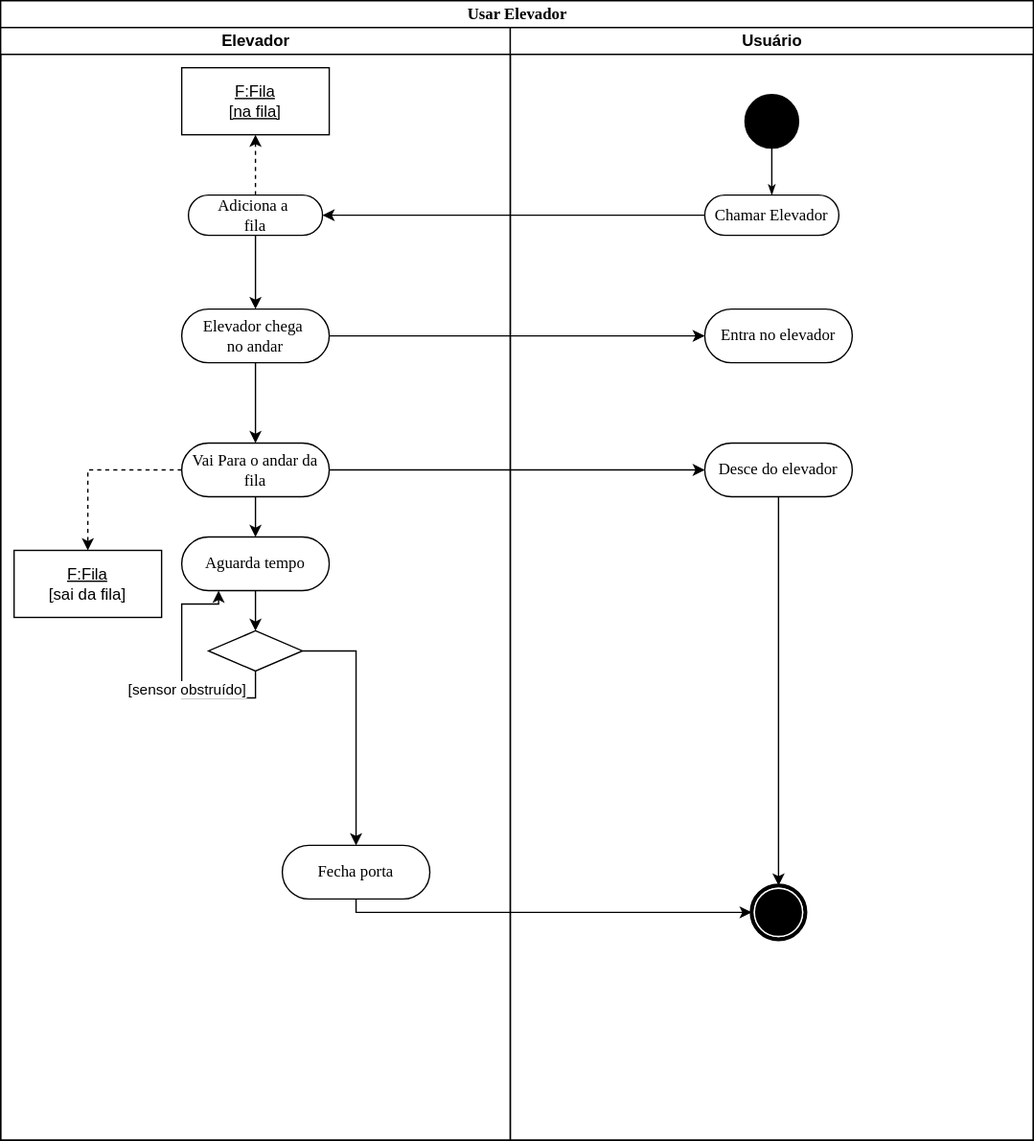
wholocked1/Projeto-2-modelagem keeps this draw.io diagram as Diagrama-Atividades/Usar_Elevador.svg. Above is the earlier version. Source tidied: cells renumbered, new cells last; positions are measured from the earlier drawing's top-left corner, leaving out a move shared by most shapes.
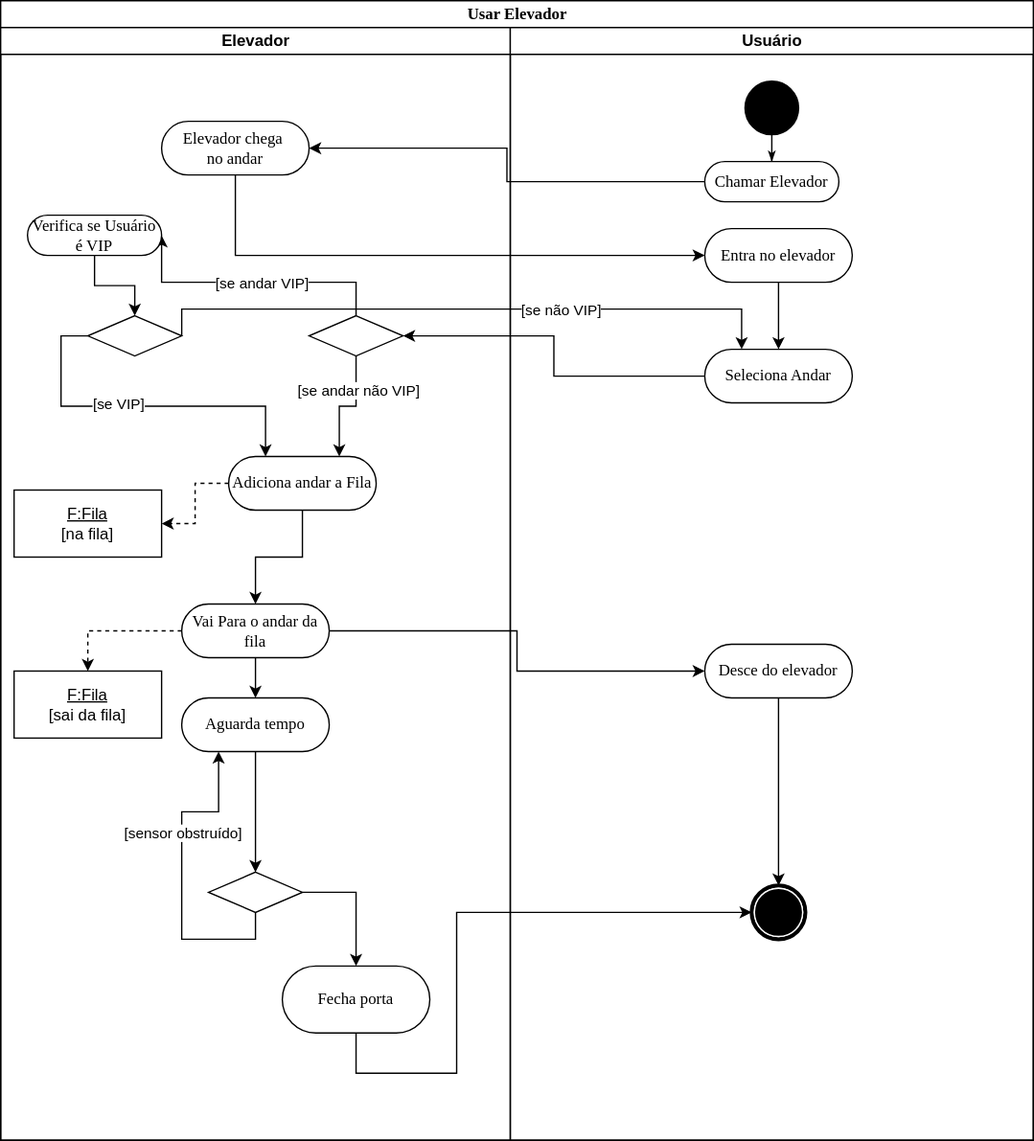
The same file after the commit.

What changed in the source:
```diff
@@ -5,36 +5,23 @@
     <mxCell id="2" value="Usar Elevador" style="swimlane;html=1;startSize=20;rounded=0;shadow=0;comic=0;labelBackgroundColor=none;strokeWidth=1;fontFamily=Verdana;fontSize=12;align=center;" parent="1" vertex="1">
       <mxGeometry width="770" height="850" as="geometry" />
     </mxCell>
-    <mxCell id="3" style="edgeStyle=orthogonalEdgeStyle;rounded=0;jettySize=auto;html=1;exitX=0;exitY=0.5;exitDx=0;exitDy=0;entryX=1;entryY=0.5;entryDx=0;entryDy=0;" parent="2" edge="1" source="29" target="6">
-      <mxGeometry relative="1" as="geometry" />
-    </mxCell>
+    <mxCell id="23" style="edgeStyle=orthogonalEdgeStyle;rounded=0;jettySize=auto;html=1;exitX=0.5;exitY=1;exitDx=0;exitDy=0;entryX=0;entryY=0.5;entryDx=0;entryDy=0;" parent="2" edge="1" source="21" target="28">
+      <mxGeometry relative="1" as="geometry">
+        <Array as="points">
+          <mxPoint x="265" y="800" />
+          <mxPoint x="340" y="800" />
+          <mxPoint x="340" y="680" />
+        </Array>
+      </mxGeometry>
+    </mxCell>
+    <mxCell id="24" style="edgeStyle=orthogonalEdgeStyle;rounded=0;jettySize=auto;html=1;exitX=1;exitY=0.5;exitDx=0;exitDy=0;entryX=0;entryY=0.5;entryDx=0;entryDy=0;" parent="2" edge="1" source="13" target="32">
+      <mxGeometry relative="1" as="geometry" />
+    </mxCell>
     <mxCell id="4" value="Elevador" style="swimlane;html=1;startSize=20;" parent="2" vertex="1">
       <mxGeometry y="20" width="380" height="830" as="geometry" />
     </mxCell>
-    <mxCell id="5" style="edgeStyle=orthogonalEdgeStyle;rounded=0;jettySize=auto;html=1;exitX=0.5;exitY=1;exitDx=0;exitDy=0;entryX=0.5;entryY=0;entryDx=0;entryDy=0;" parent="4" edge="1" source="6" target="10">
-      <mxGeometry relative="1" as="geometry" />
-    </mxCell>
-    <mxCell id="6" value="Adiciona a&amp;nbsp;&lt;div&gt;fila&lt;/div&gt;" style="rounded=1;whiteSpace=wrap;html=1;shadow=0;comic=0;labelBackgroundColor=none;strokeWidth=1;fontFamily=Verdana;fontSize=12;align=center;arcSize=50;" parent="4" vertex="1">
-      <mxGeometry x="140" y="125" width="100" height="30" as="geometry" />
-    </mxCell>
-    <mxCell id="7" value="&lt;u&gt;F:Fila&lt;/u&gt;&lt;div&gt;&lt;u&gt;[na fila]&lt;/u&gt;&lt;/div&gt;" style="whiteSpace=wrap;html=1;" parent="4" vertex="1">
-      <mxGeometry x="135" y="30" width="110" height="50" as="geometry" />
-    </mxCell>
-    <mxCell id="8" style="edgeStyle=orthogonalEdgeStyle;rounded=0;jettySize=auto;html=1;exitX=0.5;exitY=0;exitDx=0;exitDy=0;dashed=1;" parent="4" edge="1" source="6">
-      <mxGeometry relative="1" as="geometry">
-        <mxPoint x="190" y="80" as="targetPoint" />
-        <Array as="points">
-          <mxPoint x="190" y="81" />
-        </Array>
-      </mxGeometry>
-    </mxCell>
-    <mxCell id="9" style="edgeStyle=orthogonalEdgeStyle;rounded=0;jettySize=auto;html=1;exitX=0.5;exitY=1;exitDx=0;exitDy=0;" parent="4" edge="1" source="10">
-      <mxGeometry relative="1" as="geometry">
-        <mxPoint x="190" y="310" as="targetPoint" />
-      </mxGeometry>
-    </mxCell>
     <mxCell id="10" value="Elevador chega&amp;nbsp;&lt;div&gt;no andar&lt;/div&gt;" style="rounded=1;whiteSpace=wrap;html=1;shadow=0;comic=0;labelBackgroundColor=none;strokeWidth=1;fontFamily=Verdana;fontSize=12;align=center;arcSize=50;" parent="4" vertex="1">
-      <mxGeometry x="135" y="210" width="110" height="40" as="geometry" />
+      <mxGeometry x="120" y="70" width="110" height="40" as="geometry" />
     </mxCell>
     <mxCell id="11" style="edgeStyle=orthogonalEdgeStyle;rounded=0;jettySize=auto;html=1;exitX=0;exitY=0.5;exitDx=0;exitDy=0;entryX=0.5;entryY=0;entryDx=0;entryDy=0;dashed=1;" parent="4" edge="1" source="13" target="14">
       <mxGeometry relative="1" as="geometry" />
@@ -43,45 +30,81 @@
       <mxGeometry relative="1" as="geometry" />
     </mxCell>
     <mxCell id="13" value="Vai Para o andar da fila" style="rounded=1;whiteSpace=wrap;html=1;shadow=0;comic=0;labelBackgroundColor=none;strokeWidth=1;fontFamily=Verdana;fontSize=12;align=center;arcSize=50;" parent="4" vertex="1">
-      <mxGeometry x="135" y="310" width="110" height="40" as="geometry" />
+      <mxGeometry x="135" y="430" width="110" height="40" as="geometry" />
     </mxCell>
     <mxCell id="14" value="&lt;u&gt;F:Fila&lt;/u&gt;&lt;div&gt;&lt;u&gt;[&lt;/u&gt;sai da fila&lt;u&gt;]&lt;/u&gt;&lt;/div&gt;" style="whiteSpace=wrap;html=1;" parent="4" vertex="1">
-      <mxGeometry x="10" y="390" width="110" height="50" as="geometry" />
+      <mxGeometry x="10" y="480" width="110" height="50" as="geometry" />
     </mxCell>
     <mxCell id="15" style="edgeStyle=orthogonalEdgeStyle;rounded=0;jettySize=auto;html=1;exitX=0.5;exitY=1;exitDx=0;exitDy=0;entryX=0.25;entryY=1;entryDx=0;entryDy=0;" parent="4" edge="1" source="18" target="20">
       <mxGeometry relative="1" as="geometry" />
     </mxCell>
     <mxCell id="16" value="[sensor obstruído]" style="edgeLabel;html=1;align=center;verticalAlign=middle;" parent="15" vertex="1">
-      <mxGeometry x="-0.1" y="-3" relative="1" as="geometry" />
+      <mxGeometry x="-0.1" y="-3" relative="1" as="geometry">
+        <mxPoint x="-3" y="-45" as="offset" />
+      </mxGeometry>
     </mxCell>
     <mxCell id="17" style="edgeStyle=orthogonalEdgeStyle;rounded=0;jettySize=auto;html=1;exitX=1;exitY=0.5;exitDx=0;exitDy=0;entryX=0.5;entryY=0;entryDx=0;entryDy=0;" parent="4" edge="1" source="18" target="21">
       <mxGeometry relative="1" as="geometry" />
     </mxCell>
     <mxCell id="18" style="rhombus;whiteSpace=wrap;html=1;" parent="4" vertex="1">
-      <mxGeometry x="155" y="450" width="70" height="30" as="geometry" />
+      <mxGeometry x="155" y="630" width="70" height="30" as="geometry" />
     </mxCell>
     <mxCell id="19" style="edgeStyle=orthogonalEdgeStyle;rounded=0;jettySize=auto;html=1;exitX=0.5;exitY=1;exitDx=0;exitDy=0;entryX=0.5;entryY=0;entryDx=0;entryDy=0;" parent="4" edge="1" source="20" target="18">
       <mxGeometry relative="1" as="geometry" />
     </mxCell>
     <mxCell id="20" value="Aguarda tempo" style="rounded=1;whiteSpace=wrap;html=1;shadow=0;comic=0;labelBackgroundColor=none;strokeWidth=1;fontFamily=Verdana;fontSize=12;align=center;arcSize=50;" parent="4" vertex="1">
-      <mxGeometry x="135" y="380" width="110" height="40" as="geometry" />
+      <mxGeometry x="135" y="500" width="110" height="40" as="geometry" />
     </mxCell>
     <mxCell id="21" value="Fecha porta" style="rounded=1;whiteSpace=wrap;html=1;shadow=0;comic=0;labelBackgroundColor=none;strokeWidth=1;fontFamily=Verdana;fontSize=12;align=center;arcSize=50;" parent="4" vertex="1">
-      <mxGeometry x="210" y="610" width="110" height="40" as="geometry" />
+      <mxGeometry x="210" y="700" width="110" height="50" as="geometry" />
     </mxCell>
-    <mxCell id="22" style="edgeStyle=orthogonalEdgeStyle;rounded=0;jettySize=auto;html=1;exitX=1;exitY=0.5;exitDx=0;exitDy=0;entryX=0;entryY=0.5;entryDx=0;entryDy=0;" parent="2" edge="1" source="10" target="30">
-      <mxGeometry relative="1" as="geometry" />
-    </mxCell>
-    <mxCell id="23" style="edgeStyle=orthogonalEdgeStyle;rounded=0;jettySize=auto;html=1;exitX=0.5;exitY=1;exitDx=0;exitDy=0;entryX=0;entryY=0.5;entryDx=0;entryDy=0;" parent="2" edge="1" source="21" target="28">
-      <mxGeometry relative="1" as="geometry">
-        <Array as="points">
-          <mxPoint x="265" y="680" />
-        </Array>
-      </mxGeometry>
-    </mxCell>
-    <mxCell id="24" style="edgeStyle=orthogonalEdgeStyle;rounded=0;jettySize=auto;html=1;exitX=1;exitY=0.5;exitDx=0;exitDy=0;entryX=0;entryY=0.5;entryDx=0;entryDy=0;" parent="2" edge="1" source="13" target="32">
-      <mxGeometry relative="1" as="geometry" />
-    </mxCell>
+    <mxCell id="33" style="edgeStyle=orthogonalEdgeStyle;rounded=0;jettySize=auto;html=1;exitX=0.5;exitY=0;exitDx=0;exitDy=0;entryX=1;entryY=0.5;entryDx=0;entryDy=0;" parent="4" edge="1" source="36" target="38">
+      <mxGeometry relative="1" as="geometry">
+        <Array as="points">
+          <mxPoint x="265" y="190" />
+          <mxPoint x="120" y="190" />
+        </Array>
+      </mxGeometry>
+    </mxCell>
+    <mxCell id="34" value="[se andar VIP]" style="edgeLabel;html=1;align=center;verticalAlign=middle;" parent="33" vertex="1">
+      <mxGeometry x="-0.06" relative="1" as="geometry" />
+    </mxCell>
+    <mxCell id="35" style="edgeStyle=orthogonalEdgeStyle;rounded=0;jettySize=auto;html=1;exitX=0.5;exitY=1;exitDx=0;exitDy=0;entryX=0.75;entryY=0;entryDx=0;entryDy=0;" parent="4" edge="1" source="36" target="44">
+      <mxGeometry relative="1" as="geometry" />
+    </mxCell>
+    <mxCell id="36" style="rhombus;whiteSpace=wrap;html=1;" parent="4" vertex="1">
+      <mxGeometry x="230" y="215" width="70" height="30" as="geometry" />
+    </mxCell>
+    <mxCell id="37" style="edgeStyle=orthogonalEdgeStyle;rounded=0;jettySize=auto;html=1;exitX=0.5;exitY=1;exitDx=0;exitDy=0;entryX=0.5;entryY=0;entryDx=0;entryDy=0;" parent="4" edge="1" source="38" target="41">
+      <mxGeometry relative="1" as="geometry" />
+    </mxCell>
+    <mxCell id="38" value="Verifica se Usuário é VIP" style="rounded=1;whiteSpace=wrap;html=1;shadow=0;comic=0;labelBackgroundColor=none;strokeWidth=1;fontFamily=Verdana;fontSize=12;align=center;arcSize=50;" parent="4" vertex="1">
+      <mxGeometry x="20" y="140" width="100" height="30" as="geometry" />
+    </mxCell>
+    <mxCell id="39" style="edgeStyle=orthogonalEdgeStyle;rounded=0;jettySize=auto;html=1;exitX=0;exitY=0.5;exitDx=0;exitDy=0;entryX=0.25;entryY=0;entryDx=0;entryDy=0;" parent="4" edge="1" source="41" target="44">
+      <mxGeometry relative="1" as="geometry" />
+    </mxCell>
+    <mxCell id="40" value="[se VIP]" style="edgeLabel;html=1;align=center;verticalAlign=middle;" parent="39" vertex="1">
+      <mxGeometry x="-0.12" y="2" relative="1" as="geometry" />
+    </mxCell>
+    <mxCell id="41" style="rhombus;whiteSpace=wrap;html=1;" parent="4" vertex="1">
+      <mxGeometry x="65" y="215" width="70" height="30" as="geometry" />
+    </mxCell>
+    <mxCell id="42" style="edgeStyle=orthogonalEdgeStyle;rounded=0;jettySize=auto;html=1;exitX=0;exitY=0.5;exitDx=0;exitDy=0;entryX=1;entryY=0.5;entryDx=0;entryDy=0;dashed=1;" parent="4" edge="1" source="44" target="46">
+      <mxGeometry relative="1" as="geometry" />
+    </mxCell>
+    <mxCell id="43" style="edgeStyle=orthogonalEdgeStyle;rounded=0;jettySize=auto;html=1;exitX=0.5;exitY=1;exitDx=0;exitDy=0;entryX=0.5;entryY=0;entryDx=0;entryDy=0;" parent="4" edge="1" source="44" target="13">
+      <mxGeometry relative="1" as="geometry" />
+    </mxCell>
+    <mxCell id="44" value="Adiciona andar a Fila" style="rounded=1;whiteSpace=wrap;html=1;shadow=0;comic=0;labelBackgroundColor=none;strokeWidth=1;fontFamily=Verdana;fontSize=12;align=center;arcSize=50;" parent="4" vertex="1">
+      <mxGeometry x="170" y="320" width="110" height="40" as="geometry" />
+    </mxCell>
+    <mxCell id="45" value="[se andar não VIP]" style="edgeLabel;html=1;align=center;verticalAlign=middle;" parent="4" vertex="1">
+      <mxGeometry x="266" y="270" as="geometry" />
+    </mxCell>
+    <mxCell id="46" value="&lt;u&gt;F:Fila&lt;/u&gt;&lt;div&gt;&lt;u&gt;[&lt;/u&gt;na&amp;nbsp;fila&lt;u&gt;]&lt;/u&gt;&lt;/div&gt;" style="whiteSpace=wrap;html=1;" parent="4" vertex="1">
+      <mxGeometry x="10" y="345" width="110" height="50" as="geometry" />
+    </mxCell>
     <mxCell id="25" value="Usuário" style="swimlane;html=1;startSize=20;" parent="2" vertex="1">
       <mxGeometry x="380" y="20" width="390" height="830" as="geometry" />
     </mxCell>
@@ -89,22 +112,48 @@
       <mxGeometry relative="1" as="geometry" />
     </mxCell>
     <mxCell id="27" style="ellipse;whiteSpace=wrap;html=1;rounded=0;shadow=0;comic=0;labelBackgroundColor=none;strokeWidth=1;fillColor=#000000;fontFamily=Verdana;fontSize=12;align=center;" parent="25" vertex="1">
-      <mxGeometry x="175" y="50" width="40" height="40" as="geometry" />
+      <mxGeometry x="175" y="40" width="40" height="40" as="geometry" />
     </mxCell>
     <mxCell id="28" style="shape=mxgraph.bpmn.shape;html=1;verticalLabelPosition=bottom;labelBackgroundColor=#ffffff;verticalAlign=top;perimeter=ellipsePerimeter;outline=end;symbol=terminate;rounded=0;shadow=0;comic=0;strokeWidth=1;fontFamily=Verdana;fontSize=12;align=center;" parent="25" vertex="1">
       <mxGeometry x="180" y="640" width="40" height="40" as="geometry" />
     </mxCell>
     <mxCell id="29" value="Chamar Elevador" style="rounded=1;whiteSpace=wrap;html=1;shadow=0;comic=0;labelBackgroundColor=none;strokeWidth=1;fontFamily=Verdana;fontSize=12;align=center;arcSize=50;" parent="25" vertex="1">
-      <mxGeometry x="145" y="125" width="100" height="30" as="geometry" />
+      <mxGeometry x="145" y="100" width="100" height="30" as="geometry" />
     </mxCell>
+    <mxCell id="47" style="edgeStyle=orthogonalEdgeStyle;rounded=0;jettySize=auto;html=1;exitX=0.5;exitY=1;exitDx=0;exitDy=0;entryX=0.5;entryY=0;entryDx=0;entryDy=0;" parent="25" edge="1" source="30" target="48">
+      <mxGeometry relative="1" as="geometry" />
+    </mxCell>
     <mxCell id="30" value="Entra no elevador" style="rounded=1;whiteSpace=wrap;html=1;shadow=0;comic=0;labelBackgroundColor=none;strokeWidth=1;fontFamily=Verdana;fontSize=12;align=center;arcSize=50;" parent="25" vertex="1">
-      <mxGeometry x="145" y="210" width="110" height="40" as="geometry" />
+      <mxGeometry x="145" y="150" width="110" height="40" as="geometry" />
     </mxCell>
     <mxCell id="31" style="edgeStyle=orthogonalEdgeStyle;rounded=0;jettySize=auto;html=1;exitX=0.5;exitY=1;exitDx=0;exitDy=0;entryX=0.5;entryY=0;entryDx=0;entryDy=0;" parent="25" edge="1" source="32" target="28">
       <mxGeometry relative="1" as="geometry" />
     </mxCell>
     <mxCell id="32" value="Desce do elevador" style="rounded=1;whiteSpace=wrap;html=1;shadow=0;comic=0;labelBackgroundColor=none;strokeWidth=1;fontFamily=Verdana;fontSize=12;align=center;arcSize=50;" parent="25" vertex="1">
-      <mxGeometry x="145" y="310" width="110" height="40" as="geometry" />
+      <mxGeometry x="145" y="460" width="110" height="40" as="geometry" />
     </mxCell>
+    <mxCell id="48" value="Seleciona Andar" style="rounded=1;whiteSpace=wrap;html=1;shadow=0;comic=0;labelBackgroundColor=none;strokeWidth=1;fontFamily=Verdana;fontSize=12;align=center;arcSize=50;" parent="25" vertex="1">
+      <mxGeometry x="145" y="240" width="110" height="40" as="geometry" />
+    </mxCell>
+    <mxCell id="49" style="edgeStyle=orthogonalEdgeStyle;rounded=0;jettySize=auto;html=1;exitX=0;exitY=0.5;exitDx=0;exitDy=0;entryX=1;entryY=0.5;entryDx=0;entryDy=0;" parent="2" edge="1" source="29" target="10">
+      <mxGeometry relative="1" as="geometry" />
+    </mxCell>
+    <mxCell id="22" style="edgeStyle=orthogonalEdgeStyle;rounded=0;jettySize=auto;html=1;exitX=0.5;exitY=1;exitDx=0;exitDy=0;entryX=0;entryY=0.5;entryDx=0;entryDy=0;" parent="2" edge="1" source="10" target="30">
+      <mxGeometry relative="1" as="geometry" />
+    </mxCell>
+    <mxCell id="50" style="edgeStyle=orthogonalEdgeStyle;rounded=0;jettySize=auto;html=1;exitX=0;exitY=0.5;exitDx=0;exitDy=0;entryX=1;entryY=0.5;entryDx=0;entryDy=0;" parent="2" edge="1" source="48" target="36">
+      <mxGeometry relative="1" as="geometry" />
+    </mxCell>
+    <mxCell id="51" style="edgeStyle=orthogonalEdgeStyle;rounded=0;jettySize=auto;html=1;exitX=1;exitY=0.5;exitDx=0;exitDy=0;entryX=0.25;entryY=0;entryDx=0;entryDy=0;" parent="2" edge="1" source="41" target="48">
+      <mxGeometry relative="1" as="geometry">
+        <Array as="points">
+          <mxPoint x="135" y="230" />
+          <mxPoint x="553" y="230" />
+        </Array>
+      </mxGeometry>
+    </mxCell>
+    <mxCell id="52" value="[se não VIP]" style="edgeLabel;html=1;align=center;verticalAlign=middle;" parent="51" vertex="1">
+      <mxGeometry x="0.29" relative="1" as="geometry" />
+    </mxCell>
   </root>
 </mxGraphModel>
```
